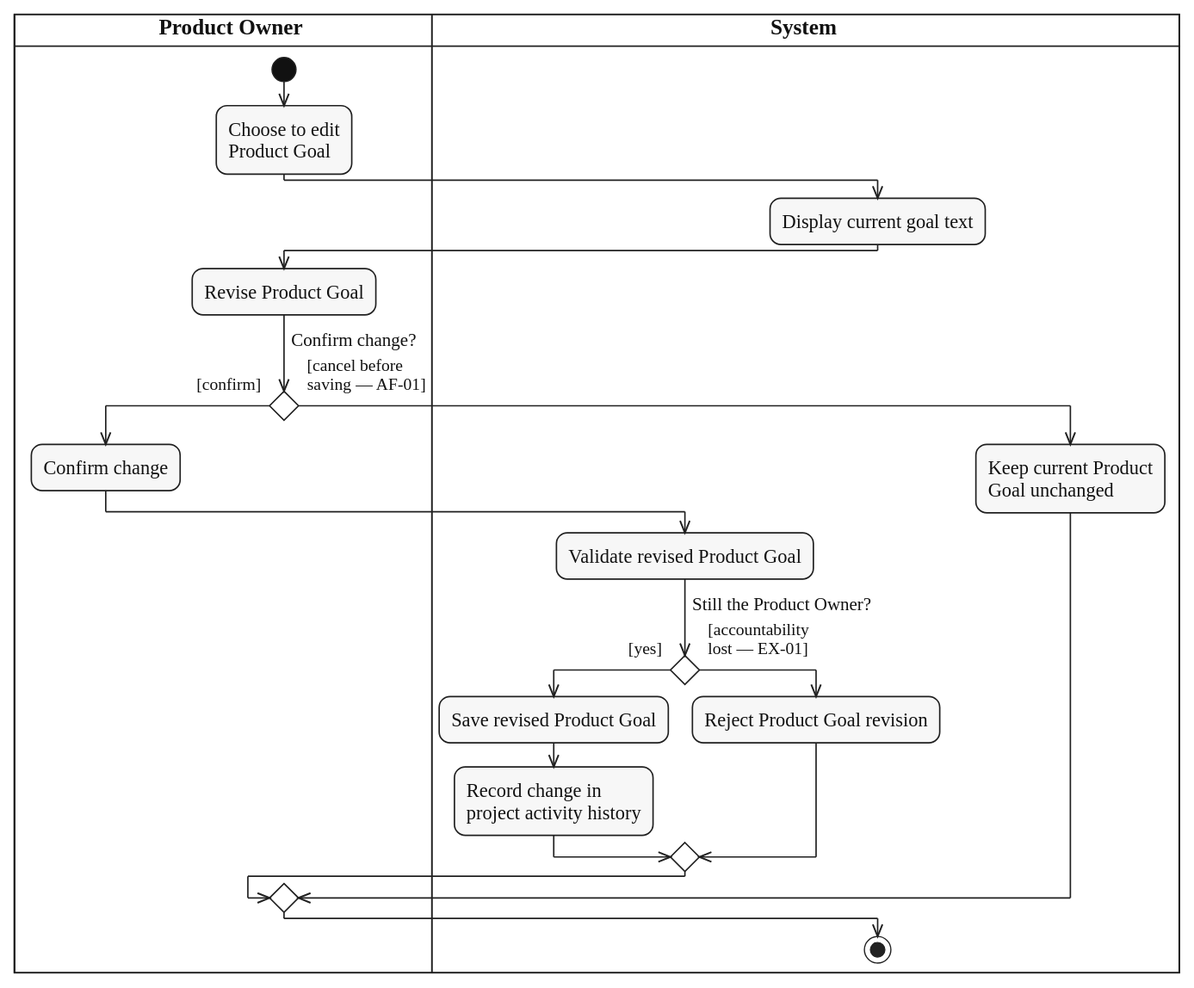
Above: diagrams/activity/product-backlog/svg/UC-PRODUCT-GOAL-UPDATE.svg in lukenab/swd392-doc-automation (PlantUML), before the change. Its source is kept beside it as diagrams/activity/product-backlog/source/UC-PRODUCT-GOAL-UPDATE.puml.
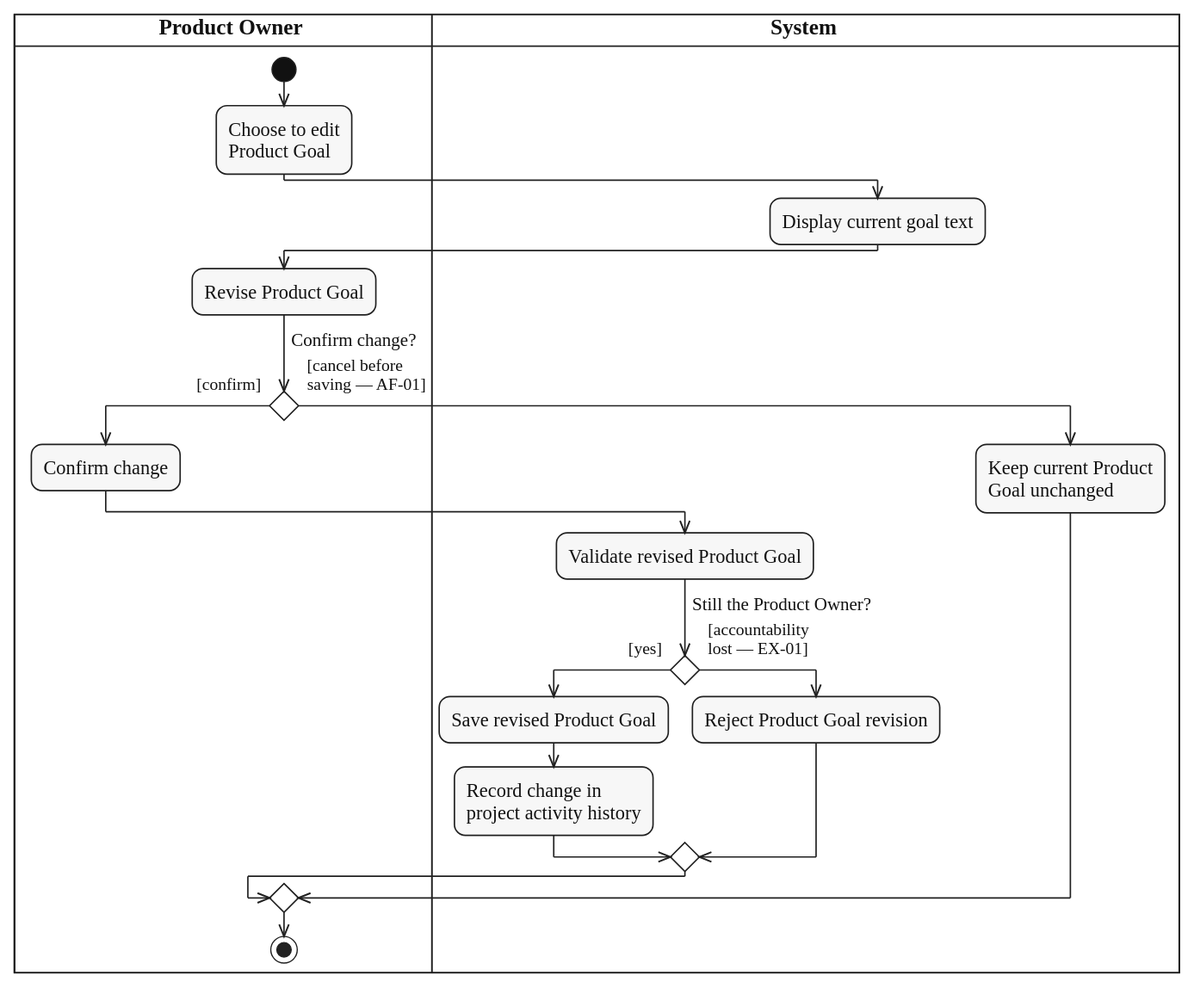
The same file after the commit.

Commit message:
docs(activity): place the final under the last merge in UC-14.3

The last merge sits under the actor's decision, in the actor lane, while the final was declared in the System lane, so the flow crossed to System only to reach the final. The final now sits in the same lane as the last merge; actions, decisions and guards are unchanged.

The edit, as a diff of the source:
```diff
@@ -27,6 +27,6 @@
   :Keep current Product
   Goal unchanged;
 endif
-|SYS|
+|PRO|
 stop
 @enduml
```
